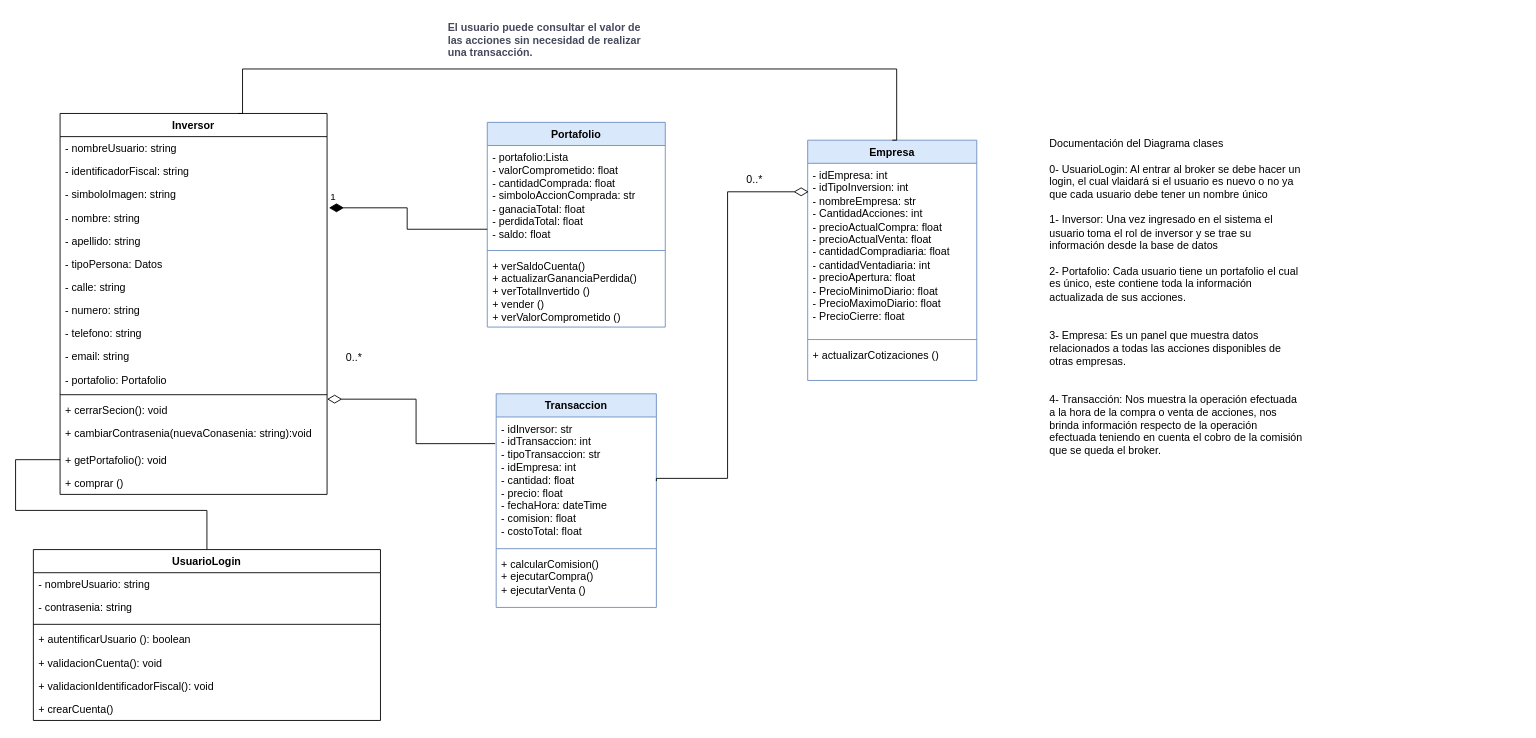
Before: page "Página-2" (2 of 2) of Documentación/Diagrama-de-Clases.drawio in INNOVAcodersISPC/ARGBroker, a draw.io diagram. Source tidied: cells renumbered, new cells numbered last; positions are measured from the earlier drawing's top-left corner, leaving out a move shared by most shapes. Both pictures are drawn from the tidied source at 89%, with x=0, y=0 at pixel (33, 15).
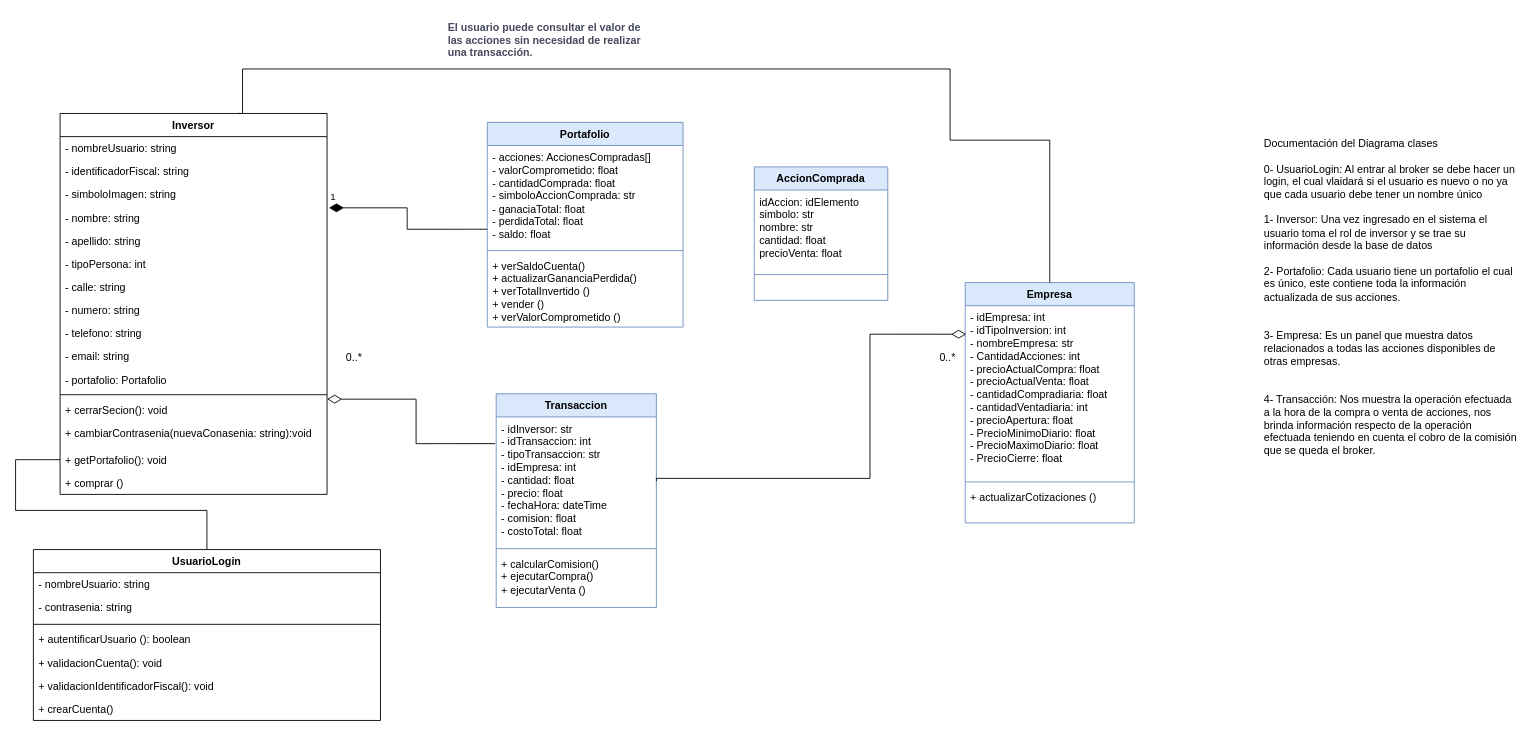
The same diagram, later.

Unchanged cells that the change refers to:
```xml
<mxCell id="3" value="&lt;div style=&quot;text-wrap: nowrap;&quot;&gt;- idEmpresa: int&lt;div&gt;- idTipoInversion: int&lt;/div&gt;&lt;div&gt;- nombreEmpresa: str&lt;/div&gt;&lt;div&gt;- CantidadAcciones: int&lt;/div&gt;&lt;div&gt;- precioActualCompra: float&lt;/div&gt;&lt;div&gt;- precioActualVenta: float&lt;/div&gt;&lt;div&gt;- cantidadCompradiaria: float&lt;/div&gt;&lt;div&gt;&lt;span style=&quot;background-color: initial;&quot;&gt;- cantidadVentadiaria: int&lt;/span&gt;&lt;/div&gt;&lt;div&gt;- precioApertura: float&lt;/div&gt;&lt;div&gt;- PrecioMinimoDiario: float&amp;nbsp;&lt;/div&gt;&lt;div&gt;- PrecioMaximoDiario: float&lt;/div&gt;&lt;div&gt;- PrecioCierre: float&lt;/div&gt;&lt;/div&gt;" style="text;strokeColor=none;fillColor=none;align=left;verticalAlign=top;spacingLeft=4;spacingRight=4;overflow=hidden;points=[[0,0.5],[1,0.5]];portConstraint=eastwest;whiteSpace=wrap;html=1;" parent="2" vertex="1">
  <mxGeometry y="26" width="190" height="194" as="geometry" />
</mxCell>
<mxCell id="11" value="&lt;div style=&quot;text-wrap: nowrap;&quot;&gt;&lt;span style=&quot;background-color: initial;&quot;&gt;- idInversor: str&lt;/span&gt;&lt;br&gt;&lt;/div&gt;&lt;div style=&quot;text-wrap: nowrap;&quot;&gt;&lt;div&gt;- idTransaccion: int&lt;br&gt;&lt;/div&gt;&lt;div&gt;- tipoTransaccion: str&lt;br&gt;&lt;/div&gt;&lt;div&gt;- idEmpresa: int&lt;br&gt;&lt;/div&gt;&lt;div&gt;- cantidad: float&lt;/div&gt;&lt;div&gt;- precio: float&lt;br&gt;&lt;/div&gt;&lt;div&gt;- fechaHora: dateTime&lt;br&gt;&lt;/div&gt;&lt;div&gt;- comision: float&lt;br&gt;&lt;/div&gt;&lt;div&gt;- costoTotal: float&lt;br&gt;&lt;/div&gt;&lt;div&gt;&lt;br&gt;&lt;/div&gt;&lt;div&gt;&amp;nbsp;&lt;/div&gt;&lt;div&gt;&lt;br&gt;&lt;/div&gt;&lt;div&gt;&lt;br&gt;&lt;/div&gt;&lt;div&gt;&lt;br&gt;&lt;/div&gt;&lt;/div&gt;" style="text;strokeColor=none;fillColor=none;align=left;verticalAlign=top;spacingLeft=4;spacingRight=4;overflow=hidden;points=[[0,0.5],[1,0.5]];portConstraint=eastwest;whiteSpace=wrap;html=1;" parent="10" vertex="1">
  <mxGeometry y="26" width="180" height="144" as="geometry" />
</mxCell>
<mxCell id="29" value="Inversor" style="swimlane;fontStyle=1;align=center;verticalAlign=top;horizontal=1;startSize=26;whiteSpace=wrap;html=1;" parent="1" vertex="1">
  <mxGeometry x="30" y="110" width="300" height="428" as="geometry" />
</mxCell>
```

What changed in the source:
```diff
@@
     <mxCell id="2" value="Empresa" style="swimlane;fontStyle=1;align=center;verticalAlign=top;horizontal=1;startSize=26;whiteSpace=wrap;html=1;fillColor=#dae8fc;strokeColor=#6c8ebf;" parent="1" vertex="1">
-      <mxGeometry x="870" y="140" width="190" height="270" as="geometry" />
+      <mxGeometry x="1047" y="300" width="190" height="270" as="geometry" />
     </mxCell>
@@
     <mxCell id="6" value="Portafolio" style="swimlane;fontStyle=1;align=center;verticalAlign=top;horizontal=1;startSize=26;whiteSpace=wrap;html=1;fillColor=#dae8fc;strokeColor=#6c8ebf;" parent="1" vertex="1">
-      <mxGeometry x="510" y="120" width="200" height="230" as="geometry" />
+      <mxGeometry x="510" y="120" width="220" height="230" as="geometry" />
     </mxCell>
-    <mxCell id="7" value="&lt;div style=&quot;text-wrap: nowrap;&quot;&gt;&lt;span style=&quot;background-color: initial;&quot;&gt;- portafolio:Lista&lt;/span&gt;&lt;br&gt;&lt;/div&gt;&lt;div style=&quot;text-wrap: nowrap;&quot;&gt;&lt;div&gt;- valorComprometido: float&lt;/div&gt;&lt;div&gt;- cantidadComprada: float&lt;/div&gt;&lt;div&gt;- simboloAccionComprada: str&lt;/div&gt;&lt;div&gt;- ganaciaTotal: float&lt;/div&gt;&lt;div&gt;- perdidaTotal: float&lt;/div&gt;&lt;div&gt;- saldo: float&lt;/div&gt;&lt;/div&gt;" style="text;strokeColor=none;fillColor=none;align=left;verticalAlign=top;spacingLeft=4;spacingRight=4;overflow=hidden;points=[[0,0.5],[1,0.5]];portConstraint=eastwest;whiteSpace=wrap;html=1;" parent="6" vertex="1">
-      <mxGeometry y="26" width="200" height="114" as="geometry" />
+    <mxCell id="7" value="&lt;div style=&quot;text-wrap: nowrap;&quot;&gt;&lt;span style=&quot;background-color: initial;&quot;&gt;- acciones: AccionesCompradas[]&lt;/span&gt;&lt;br&gt;&lt;/div&gt;&lt;div style=&quot;text-wrap: nowrap;&quot;&gt;&lt;div&gt;- valorComprometido: float&lt;/div&gt;&lt;div&gt;- cantidadComprada: float&lt;/div&gt;&lt;div&gt;- simboloAccionComprada: str&lt;/div&gt;&lt;div&gt;- ganaciaTotal: float&lt;/div&gt;&lt;div&gt;- perdidaTotal: float&lt;/div&gt;&lt;div&gt;- saldo: float&lt;/div&gt;&lt;/div&gt;" style="text;strokeColor=none;fillColor=none;align=left;verticalAlign=top;spacingLeft=4;spacingRight=4;overflow=hidden;points=[[0,0.5],[1,0.5]];portConstraint=eastwest;whiteSpace=wrap;html=1;" parent="6" vertex="1">
+      <mxGeometry y="26" width="220" height="114" as="geometry" />
     </mxCell>
     <mxCell id="8" style="line;strokeWidth=1;fillColor=none;align=left;verticalAlign=middle;spacingTop=-1;spacingLeft=3;spacingRight=3;labelPosition=right;strokeColor=inherit;" parent="6" vertex="1">
-      <mxGeometry y="140" width="200" height="8" as="geometry" />
+      <mxGeometry y="140" width="220" height="8" as="geometry" />
     </mxCell>
     <mxCell id="9" value="+ verSaldoCuenta()&lt;div&gt;+ actualizarGananciaPerdida()&lt;/div&gt;&lt;div&gt;+ verTotalInvertido ()&lt;/div&gt;&lt;div&gt;+ vender ()&lt;/div&gt;&lt;div&gt;+ verValorComprometido ()&lt;br&gt;&lt;div&gt;&lt;br&gt;&lt;/div&gt;&lt;/div&gt;&lt;div&gt;&lt;br&gt;&lt;/div&gt;&lt;div&gt;&lt;br&gt;&lt;/div&gt;&lt;div&gt;&lt;br&gt;&lt;/div&gt;" style="text;strokeColor=none;fillColor=none;align=left;verticalAlign=top;spacingLeft=4;spacingRight=4;overflow=hidden;whiteSpace=wrap;html=1;" parent="6" vertex="1">
-      <mxGeometry y="148" width="200" height="82" as="geometry" />
+      <mxGeometry y="148" width="220" height="82" as="geometry" />
     </mxCell>
@@
     <mxCell id="14" value="Documentación del Diagrama clases&lt;div&gt;&lt;br&gt;&lt;/div&gt;&lt;div&gt;0- UsuarioLogin: Al entrar al broker se debe hacer un login, el cual vlaidará si el usuario es nuevo o no ya que cada usuario debe tener un nombre único&lt;/div&gt;&lt;div&gt;&lt;br&gt;&lt;/div&gt;&lt;div&gt;1- Inversor: Una vez ingresado en el sistema el usuario toma el rol de inversor y se trae su información desde la base de datos&lt;/div&gt;&lt;div&gt;&lt;br&gt;&lt;/div&gt;&lt;div&gt;2- Portafolio: Cada usuario tiene un portafolio el cual es único, este contiene toda la información actualizada de sus acciones.&lt;br&gt;&lt;/div&gt;&lt;div&gt;&lt;br&gt;&lt;/div&gt;&lt;div&gt;&lt;br&gt;&lt;/div&gt;&lt;div&gt;3- Empresa: Es un panel que muestra datos relacionados a todas las acciones disponibles de otras empresas.&lt;/div&gt;&lt;div&gt;&lt;br&gt;&lt;/div&gt;&lt;div&gt;&lt;br&gt;&lt;/div&gt;&lt;div&gt;4- Transacción: Nos muestra la operación efectuada a la hora de la compra o venta de acciones, nos brinda información respecto de la operación efectuada teniendo en cuenta el cobro de la comisión que se queda el broker.&lt;/div&gt;" style="text;whiteSpace=wrap;html=1;" parent="1" vertex="1">
-      <mxGeometry x="1140" y="130" width="290" height="460" as="geometry" />
+      <mxGeometry x="1381" y="130" width="290" height="460" as="geometry" />
     </mxCell>
@@
     <mxCell id="18" style="edgeStyle=orthogonalEdgeStyle;rounded=0;jettySize=auto;html=1;exitX=1;exitY=0.5;exitDx=0;exitDy=0;entryX=0.006;entryY=0.165;entryDx=0;entryDy=0;entryPerimeter=0;endArrow=diamondThin;endFill=0;startSize=14;endSize=14;" parent="1" edge="1" source="11" target="3">
       <mxGeometry relative="1" as="geometry">
         <Array as="points">
           <mxPoint x="700" y="520" />
-          <mxPoint x="780" y="520" />
-          <mxPoint x="780" y="198" />
+          <mxPoint x="940" y="520" />
+          <mxPoint x="940" y="358" />
         </Array>
       </mxGeometry>
     </mxCell>
     <mxCell id="19" value="0..*" style="text;html=1;align=center;verticalAlign=middle;strokeColor=none;fillColor=none;" parent="1" vertex="1">
-      <mxGeometry x="790" y="170" width="40" height="30" as="geometry" />
+      <mxGeometry x="1007" y="370" width="40" height="30" as="geometry" />
     </mxCell>
@@
-    <mxCell id="35" value="- tipoPersona: Datos" style="text;strokeColor=none;fillColor=none;align=left;verticalAlign=top;spacingLeft=4;spacingRight=4;overflow=hidden;whiteSpace=wrap;html=1;" parent="29" vertex="1">
+    <mxCell id="35" value="- tipoPersona: int" style="text;strokeColor=none;fillColor=none;align=left;verticalAlign=top;spacingLeft=4;spacingRight=4;overflow=hidden;whiteSpace=wrap;html=1;" parent="29" vertex="1">
       <mxGeometry y="156" width="300" height="26" as="geometry" />
     </mxCell>
@@
     <mxCell id="46" style="endArrow=none;html=1;edgeStyle=orthogonalEdgeStyle;rounded=0;entryX=0.5;entryY=0;entryDx=0;entryDy=0;" parent="1" edge="1" target="2">
       <mxGeometry relative="1" as="geometry">
         <mxPoint x="230" y="110" as="sourcePoint" />
         <Array as="points">
-          <mxPoint x="230" y="110" />
           <mxPoint x="235" y="110" />
           <mxPoint x="235" y="60" />
-          <mxPoint x="970" y="60" />
-          <mxPoint x="970" y="140" />
+          <mxPoint x="1030" y="60" />
+          <mxPoint x="1030" y="140" />
+          <mxPoint x="1142" y="140" />
         </Array>
       </mxGeometry>
     </mxCell>
@@
+    <mxCell id="48" value="AccionComprada" style="swimlane;fontStyle=1;align=center;verticalAlign=top;horizontal=1;startSize=26;whiteSpace=wrap;html=1;fillColor=#dae8fc;strokeColor=#6c8ebf;" parent="1" vertex="1">
+      <mxGeometry x="810" y="170" width="150" height="150" as="geometry" />
+    </mxCell>
+    <mxCell id="49" value="&lt;div style=&quot;text-wrap: nowrap;&quot;&gt;idAccion: idElemento&lt;/div&gt;&lt;div style=&quot;text-wrap: nowrap;&quot;&gt;simbolo: str&lt;/div&gt;&lt;div style=&quot;text-wrap: nowrap;&quot;&gt;nombre: str&lt;/div&gt;&lt;div style=&quot;text-wrap: nowrap;&quot;&gt;cantidad: float&lt;/div&gt;&lt;div style=&quot;text-wrap: nowrap;&quot;&gt;precioVenta: float&lt;/div&gt;" style="text;strokeColor=none;fillColor=none;align=left;verticalAlign=top;spacingLeft=4;spacingRight=4;overflow=hidden;whiteSpace=wrap;html=1;" parent="48" vertex="1">
+      <mxGeometry y="26" width="150" height="94" as="geometry" />
+    </mxCell>
+    <mxCell id="50" style="line;strokeWidth=1;fillColor=none;align=left;verticalAlign=middle;spacingTop=-1;spacingLeft=3;spacingRight=3;labelPosition=right;strokeColor=inherit;" parent="48" vertex="1">
+      <mxGeometry y="120" width="150" height="2" as="geometry" />
+    </mxCell>
+    <mxCell id="51" value="&lt;div&gt;&lt;br&gt;&lt;/div&gt;" style="text;strokeColor=none;fillColor=none;align=left;verticalAlign=top;spacingLeft=4;spacingRight=4;overflow=hidden;whiteSpace=wrap;html=1;" parent="48" vertex="1">
+      <mxGeometry y="122" width="150" height="28" as="geometry" />
+    </mxCell>
```
